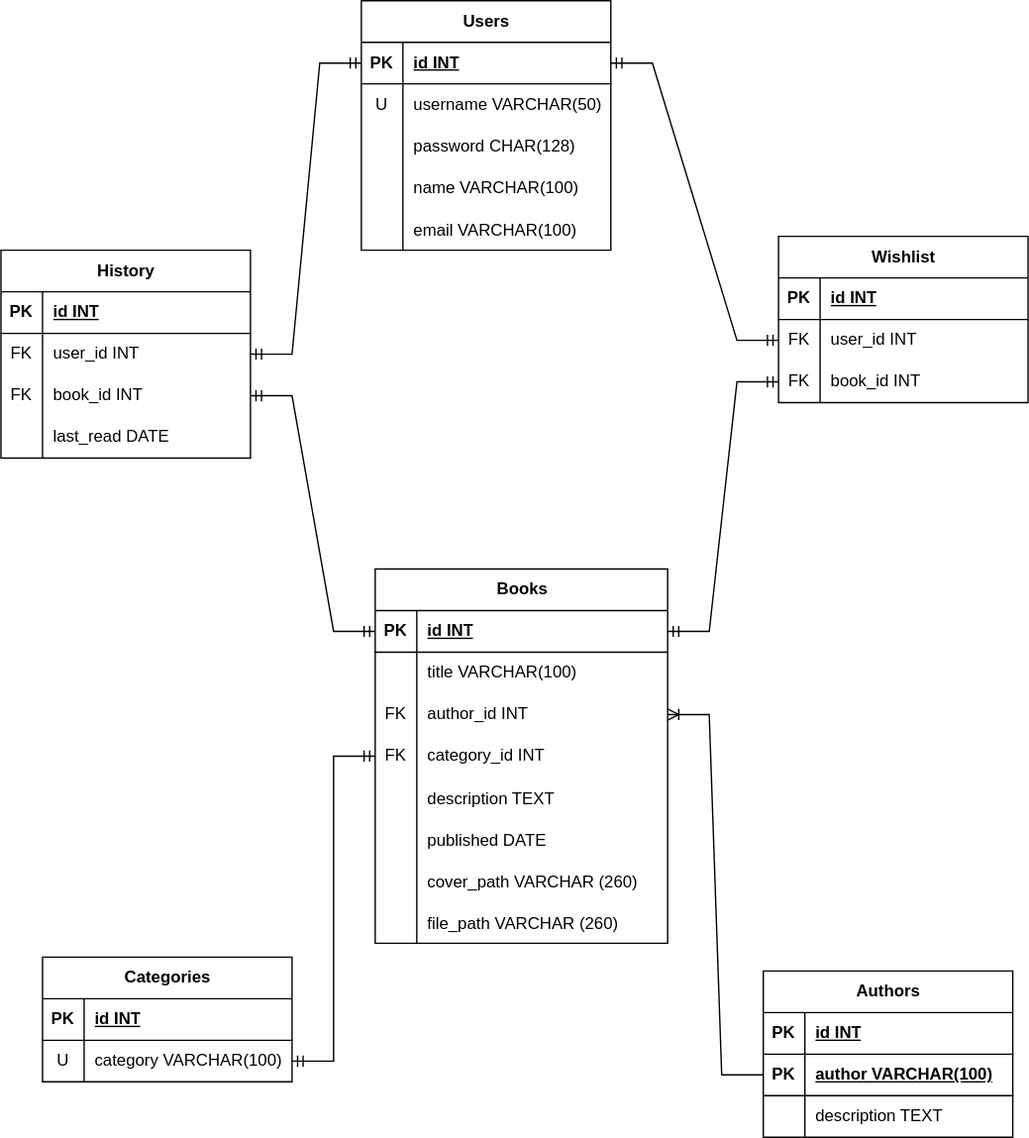
The draw.io diagram ERD.svg in 3V2T/WebApp, before a commit. Source tidied: cells renumbered, new cells last; positions are measured from the earlier drawing's top-left corner, leaving out a move shared by most shapes.
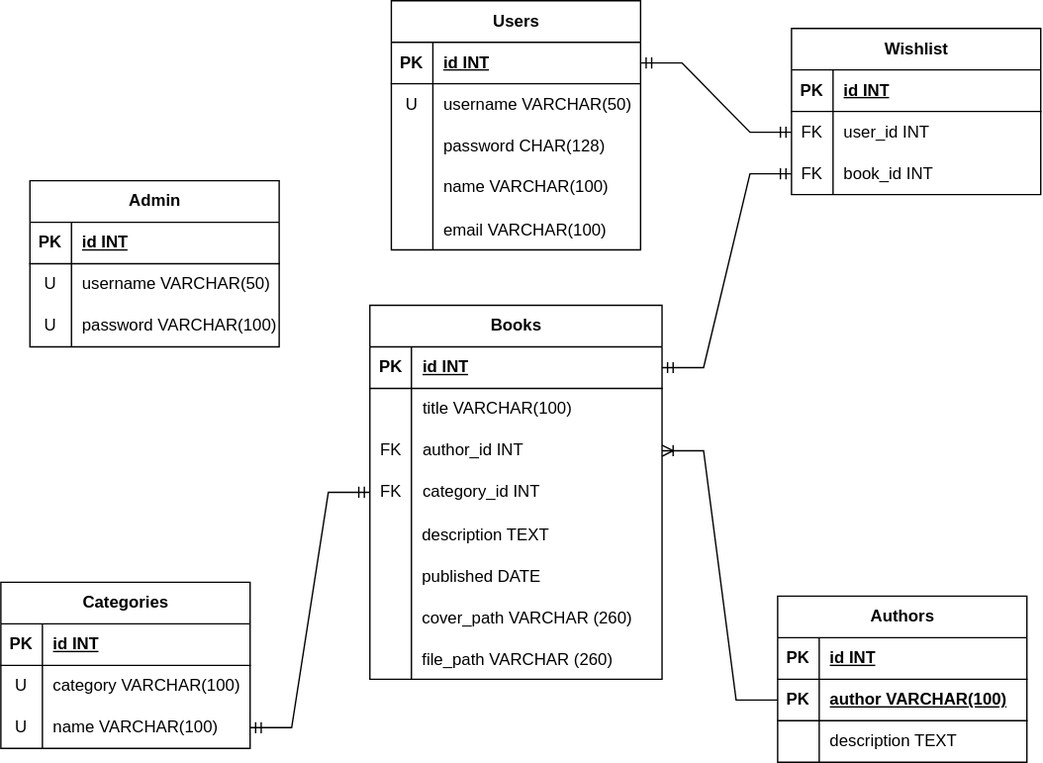
After the commit.

What changed in the source:
```diff
@@ -3,7 +3,7 @@
     <mxCell id="0" />
     <mxCell id="1" parent="0" />
     <mxCell id="2" value="Categories" style="shape=table;startSize=30;rowLines=0;fontStyle=1;align=center;html=1;" parent="1" vertex="1">
-      <mxGeometry x="30" y="770" width="180" height="90" as="geometry" />
+      <mxGeometry y="630" width="180" height="120" as="geometry" />
     </mxCell>
     <mxCell id="3" style="shape=tableRow;horizontal=0;startSize=0;swimlaneHead=0;swimlaneBody=0;fillColor=none;top=0;left=0;right=0;bottom=1;" parent="2" vertex="1">
       <mxGeometry y="30" width="180" height="30" as="geometry" />
@@ -14,17 +14,26 @@
     <mxCell id="5" value="id INT" style="shape=partialRectangle;fillColor=none;top=0;left=0;bottom=0;right=0;align=left;spacingLeft=6;fontStyle=5;overflow=hidden;whiteSpace=wrap;html=1;" parent="3" vertex="1">
       <mxGeometry x="30" width="150" height="30" as="geometry" />
     </mxCell>
+    <mxCell id="89" style="shape=tableRow;horizontal=0;startSize=0;swimlaneHead=0;swimlaneBody=0;fillColor=none;top=0;left=0;right=0;bottom=0;" parent="2" vertex="1">
+      <mxGeometry y="60" width="180" height="30" as="geometry" />
+    </mxCell>
+    <mxCell id="90" value="U" style="shape=partialRectangle;fillColor=none;top=0;left=0;bottom=0;right=0;overflow=hidden;whiteSpace=wrap;html=1;" parent="89" vertex="1">
+      <mxGeometry width="30" height="30" as="geometry" />
+    </mxCell>
+    <mxCell id="91" value="category VARCHAR(100)" style="shape=partialRectangle;fillColor=none;top=0;left=0;bottom=0;right=0;align=left;spacingLeft=6;overflow=hidden;whiteSpace=wrap;html=1;" parent="89" vertex="1">
+      <mxGeometry x="30" width="150" height="30" as="geometry" />
+    </mxCell>
     <mxCell id="6" style="shape=tableRow;horizontal=0;startSize=0;swimlaneHead=0;swimlaneBody=0;fillColor=none;points=[[0,0.5],[1,0.5]];portConstraint=eastwest;top=0;left=0;right=0;bottom=0;" parent="2" vertex="1">
-      <mxGeometry y="60" width="180" height="30" as="geometry" />
+      <mxGeometry y="90" width="180" height="30" as="geometry" />
     </mxCell>
     <mxCell id="7" value="U" style="shape=partialRectangle;fillColor=none;top=0;left=0;bottom=0;right=0;overflow=hidden;whiteSpace=wrap;html=1;" parent="6" vertex="1">
       <mxGeometry width="30" height="30" as="geometry" />
     </mxCell>
-    <mxCell id="8" value="category VARCHAR(100)" style="shape=partialRectangle;fillColor=none;top=0;left=0;bottom=0;right=0;align=left;spacingLeft=6;overflow=hidden;whiteSpace=wrap;html=1;" parent="6" vertex="1">
+    <mxCell id="8" value="name VARCHAR(100)" style="shape=partialRectangle;fillColor=none;top=0;left=0;bottom=0;right=0;align=left;spacingLeft=6;overflow=hidden;whiteSpace=wrap;html=1;" parent="6" vertex="1">
       <mxGeometry x="30" width="150" height="30" as="geometry" />
     </mxCell>
     <mxCell id="9" value="Authors" style="shape=table;startSize=30;rowLines=0;fontStyle=1;align=center;html=1;" parent="1" vertex="1">
-      <mxGeometry x="550" y="780" width="180" height="120" as="geometry" />
+      <mxGeometry x="561" y="640" width="180" height="120" as="geometry" />
     </mxCell>
     <mxCell id="10" style="shape=tableRow;horizontal=0;startSize=0;swimlaneHead=0;swimlaneBody=0;fillColor=none;top=0;left=0;right=0;bottom=1;" parent="9" vertex="1">
       <mxGeometry y="30" width="180" height="30" as="geometry" />
@@ -54,7 +63,7 @@
       <mxGeometry x="30" width="150" height="30" as="geometry" />
     </mxCell>
     <mxCell id="19" value="Books" style="shape=table;startSize=30;rowLines=0;fontStyle=1;align=center;html=1;" parent="1" vertex="1">
-      <mxGeometry x="270" y="490" width="211" height="270" as="geometry" />
+      <mxGeometry x="266.5" y="430" width="211" height="270" as="geometry" />
     </mxCell>
     <mxCell id="20" style="shape=tableRow;horizontal=0;startSize=0;swimlaneHead=0;swimlaneBody=0;fillColor=none;points=[[0,0.5],[1,0.5]];portConstraint=eastwest;top=0;left=0;right=0;bottom=1;" parent="19" vertex="1">
       <mxGeometry y="30" width="211" height="30" as="geometry" />
@@ -128,47 +137,8 @@
     <mxCell id="43" value="file_path VARCHAR (260)" style="shape=partialRectangle;fillColor=none;top=0;left=0;bottom=0;right=0;align=left;spacingLeft=6;overflow=hidden;" parent="41" vertex="1">
       <mxGeometry x="30" width="181" height="30" as="geometry" />
     </mxCell>
-    <mxCell id="44" value="History" style="shape=table;startSize=30;rowLines=0;fontStyle=1;align=center;html=1;" parent="1" vertex="1">
-      <mxGeometry y="260" width="180" height="150" as="geometry" />
-    </mxCell>
-    <mxCell id="45" style="shape=tableRow;horizontal=0;startSize=0;swimlaneHead=0;swimlaneBody=0;fillColor=none;top=0;left=0;right=0;bottom=1;" parent="44" vertex="1">
-      <mxGeometry y="30" width="180" height="30" as="geometry" />
-    </mxCell>
-    <mxCell id="46" value="PK" style="shape=partialRectangle;fillColor=none;top=0;left=0;bottom=0;right=0;fontStyle=1;overflow=hidden;whiteSpace=wrap;html=1;" parent="45" vertex="1">
-      <mxGeometry width="30" height="30" as="geometry" />
-    </mxCell>
-    <mxCell id="47" value="id INT" style="shape=partialRectangle;fillColor=none;top=0;left=0;bottom=0;right=0;align=left;spacingLeft=6;fontStyle=5;overflow=hidden;whiteSpace=wrap;html=1;" parent="45" vertex="1">
-      <mxGeometry x="30" width="150" height="30" as="geometry" />
-    </mxCell>
-    <mxCell id="48" style="shape=tableRow;horizontal=0;startSize=0;swimlaneHead=0;swimlaneBody=0;fillColor=none;points=[[0,0.5],[1,0.5]];portConstraint=eastwest;top=0;left=0;right=0;bottom=0;" parent="44" vertex="1">
-      <mxGeometry y="60" width="180" height="30" as="geometry" />
-    </mxCell>
-    <mxCell id="49" value="FK" style="shape=partialRectangle;fillColor=none;top=0;left=0;bottom=0;right=0;fontStyle=0;overflow=hidden;whiteSpace=wrap;html=1;" parent="48" vertex="1">
-      <mxGeometry width="30" height="30" as="geometry" />
-    </mxCell>
-    <mxCell id="50" value="user_id INT" style="shape=partialRectangle;fillColor=none;top=0;left=0;bottom=0;right=0;align=left;spacingLeft=6;fontStyle=0;overflow=hidden;whiteSpace=wrap;html=1;" parent="48" vertex="1">
-      <mxGeometry x="30" width="150" height="30" as="geometry" />
-    </mxCell>
-    <mxCell id="51" style="shape=tableRow;horizontal=0;startSize=0;swimlaneHead=0;swimlaneBody=0;fillColor=none;points=[[0,0.5],[1,0.5]];portConstraint=eastwest;top=0;left=0;right=0;bottom=0;" parent="44" vertex="1">
-      <mxGeometry y="90" width="180" height="30" as="geometry" />
-    </mxCell>
-    <mxCell id="52" value="FK" style="shape=partialRectangle;fillColor=none;top=0;left=0;bottom=0;right=0;fontStyle=0;overflow=hidden;whiteSpace=wrap;html=1;" parent="51" vertex="1">
-      <mxGeometry width="30" height="30" as="geometry" />
-    </mxCell>
-    <mxCell id="53" value="book_id INT" style="shape=partialRectangle;fillColor=none;top=0;left=0;bottom=0;right=0;align=left;spacingLeft=6;fontStyle=0;overflow=hidden;whiteSpace=wrap;html=1;" parent="51" vertex="1">
-      <mxGeometry x="30" width="150" height="30" as="geometry" />
-    </mxCell>
-    <mxCell id="54" style="shape=tableRow;horizontal=0;startSize=0;swimlaneHead=0;swimlaneBody=0;fillColor=none;top=0;left=0;right=0;bottom=0;" parent="44" vertex="1">
-      <mxGeometry y="120" width="180" height="30" as="geometry" />
-    </mxCell>
-    <mxCell id="55" style="shape=partialRectangle;fillColor=none;top=0;left=0;bottom=0;right=0;overflow=hidden;whiteSpace=wrap;html=1;" parent="54" vertex="1">
-      <mxGeometry width="30" height="30" as="geometry" />
-    </mxCell>
-    <mxCell id="56" value="last_read DATE" style="shape=partialRectangle;fillColor=none;top=0;left=0;bottom=0;right=0;align=left;spacingLeft=6;overflow=hidden;whiteSpace=wrap;html=1;" parent="54" vertex="1">
-      <mxGeometry x="30" width="150" height="30" as="geometry" />
-    </mxCell>
     <mxCell id="57" value="Wishlist" style="shape=table;startSize=30;rowLines=0;fontStyle=1;align=center;html=1;" parent="1" vertex="1">
-      <mxGeometry x="561" y="250" width="180" height="120" as="geometry" />
+      <mxGeometry x="571" y="230" width="180" height="120" as="geometry" />
     </mxCell>
     <mxCell id="58" style="shape=tableRow;horizontal=0;startSize=0;swimlaneHead=0;swimlaneBody=0;fillColor=none;top=0;left=0;right=0;bottom=1;" parent="57" vertex="1">
       <mxGeometry y="30" width="180" height="30" as="geometry" />
@@ -198,7 +168,7 @@
       <mxGeometry x="30" width="150" height="30" as="geometry" />
     </mxCell>
     <mxCell id="67" value="Users" style="shape=table;startSize=30;rowLines=0;fontStyle=1;align=center;html=1;" parent="1" vertex="1">
-      <mxGeometry x="260" y="80" width="180" height="180" as="geometry" />
+      <mxGeometry x="282" y="210" width="180" height="180" as="geometry" />
     </mxCell>
     <mxCell id="68" style="shape=tableRow;horizontal=0;startSize=0;swimlaneHead=0;swimlaneBody=0;fillColor=none;points=[[0,0.5],[1,0.5]];portConstraint=eastwest;top=0;left=0;right=0;bottom=1;" parent="67" vertex="1">
       <mxGeometry y="30" width="180" height="30" as="geometry" />
@@ -255,17 +225,41 @@
         </Array>
       </mxGeometry>
     </mxCell>
-    <mxCell id="85" style="edgeStyle=entityRelationEdgeStyle;fontSize=12;html=1;endArrow=ERmandOne;startArrow=ERmandOne;rounded=0;entryX=0;entryY=0.5;entryDx=0;entryDy=0;" parent="1" edge="1" source="48" target="68">
-      <mxGeometry relative="1" as="geometry" />
-    </mxCell>
-    <mxCell id="86" style="edgeStyle=entityRelationEdgeStyle;fontSize=12;html=1;endArrow=ERmandOne;startArrow=ERmandOne;rounded=0;" parent="1" edge="1" source="51" target="20">
-      <mxGeometry relative="1" as="geometry" />
-    </mxCell>
     <mxCell id="87" style="edgeStyle=entityRelationEdgeStyle;fontSize=12;html=1;endArrow=ERmandOne;startArrow=ERmandOne;rounded=0;entryX=0;entryY=0.5;entryDx=0;entryDy=0;" parent="1" edge="1" source="6" target="29">
       <mxGeometry relative="1" as="geometry" />
     </mxCell>
     <mxCell id="88" style="edgeStyle=entityRelationEdgeStyle;fontSize=12;html=1;endArrow=ERoneToMany;rounded=0;" parent="1" edge="1" source="13" target="26">
       <mxGeometry relative="1" as="geometry" />
     </mxCell>
+    <mxCell id="92" value="Admin" style="shape=table;startSize=30;rowLines=0;fontStyle=1;align=center;html=1;" parent="1" vertex="1">
+      <mxGeometry x="21" y="340" width="180" height="120" as="geometry" />
+    </mxCell>
+    <mxCell id="45" style="shape=tableRow;horizontal=0;startSize=0;swimlaneHead=0;swimlaneBody=0;fillColor=none;top=0;left=0;right=0;bottom=1;" parent="92" vertex="1">
+      <mxGeometry y="30" width="180" height="30" as="geometry" />
+    </mxCell>
+    <mxCell id="46" value="PK" style="shape=partialRectangle;fillColor=none;top=0;left=0;bottom=0;right=0;fontStyle=1;overflow=hidden;whiteSpace=wrap;html=1;" parent="45" vertex="1">
+      <mxGeometry width="30" height="30" as="geometry" />
+    </mxCell>
+    <mxCell id="47" value="id INT" style="shape=partialRectangle;fillColor=none;top=0;left=0;bottom=0;right=0;align=left;spacingLeft=6;fontStyle=5;overflow=hidden;whiteSpace=wrap;html=1;" parent="45" vertex="1">
+      <mxGeometry x="30" width="150" height="30" as="geometry" />
+    </mxCell>
+    <mxCell id="93" style="shape=tableRow;horizontal=0;startSize=0;swimlaneHead=0;swimlaneBody=0;fillColor=none;top=0;left=0;right=0;bottom=0;" parent="92" vertex="1">
+      <mxGeometry y="60" width="180" height="30" as="geometry" />
+    </mxCell>
+    <mxCell id="94" value="U" style="shape=partialRectangle;fillColor=none;top=0;left=0;bottom=0;right=0;overflow=hidden;whiteSpace=wrap;html=1;" parent="93" vertex="1">
+      <mxGeometry width="30" height="30" as="geometry" />
+    </mxCell>
+    <mxCell id="95" value="username VARCHAR(50)" style="shape=partialRectangle;fillColor=none;top=0;left=0;bottom=0;right=0;align=left;spacingLeft=6;overflow=hidden;whiteSpace=wrap;html=1;" parent="93" vertex="1">
+      <mxGeometry x="30" width="150" height="30" as="geometry" />
+    </mxCell>
+    <mxCell id="51" style="shape=tableRow;horizontal=0;startSize=0;swimlaneHead=0;swimlaneBody=0;fillColor=none;points=[[0,0.5],[1,0.5]];portConstraint=eastwest;top=0;left=0;right=0;bottom=0;" parent="92" vertex="1">
+      <mxGeometry y="90" width="180" height="30" as="geometry" />
+    </mxCell>
+    <mxCell id="96" value="U" style="shape=partialRectangle;fillColor=none;top=0;left=0;bottom=0;right=0;overflow=hidden;whiteSpace=wrap;html=1;" parent="51" vertex="1">
+      <mxGeometry width="30" height="30" as="geometry" />
+    </mxCell>
+    <mxCell id="97" value="password VARCHAR(100)" style="shape=partialRectangle;fillColor=none;top=0;left=0;bottom=0;right=0;align=left;spacingLeft=6;overflow=hidden;whiteSpace=wrap;html=1;" parent="51" vertex="1">
+      <mxGeometry x="30" width="150" height="30" as="geometry" />
+    </mxCell>
   </root>
 </mxGraphModel>
```
